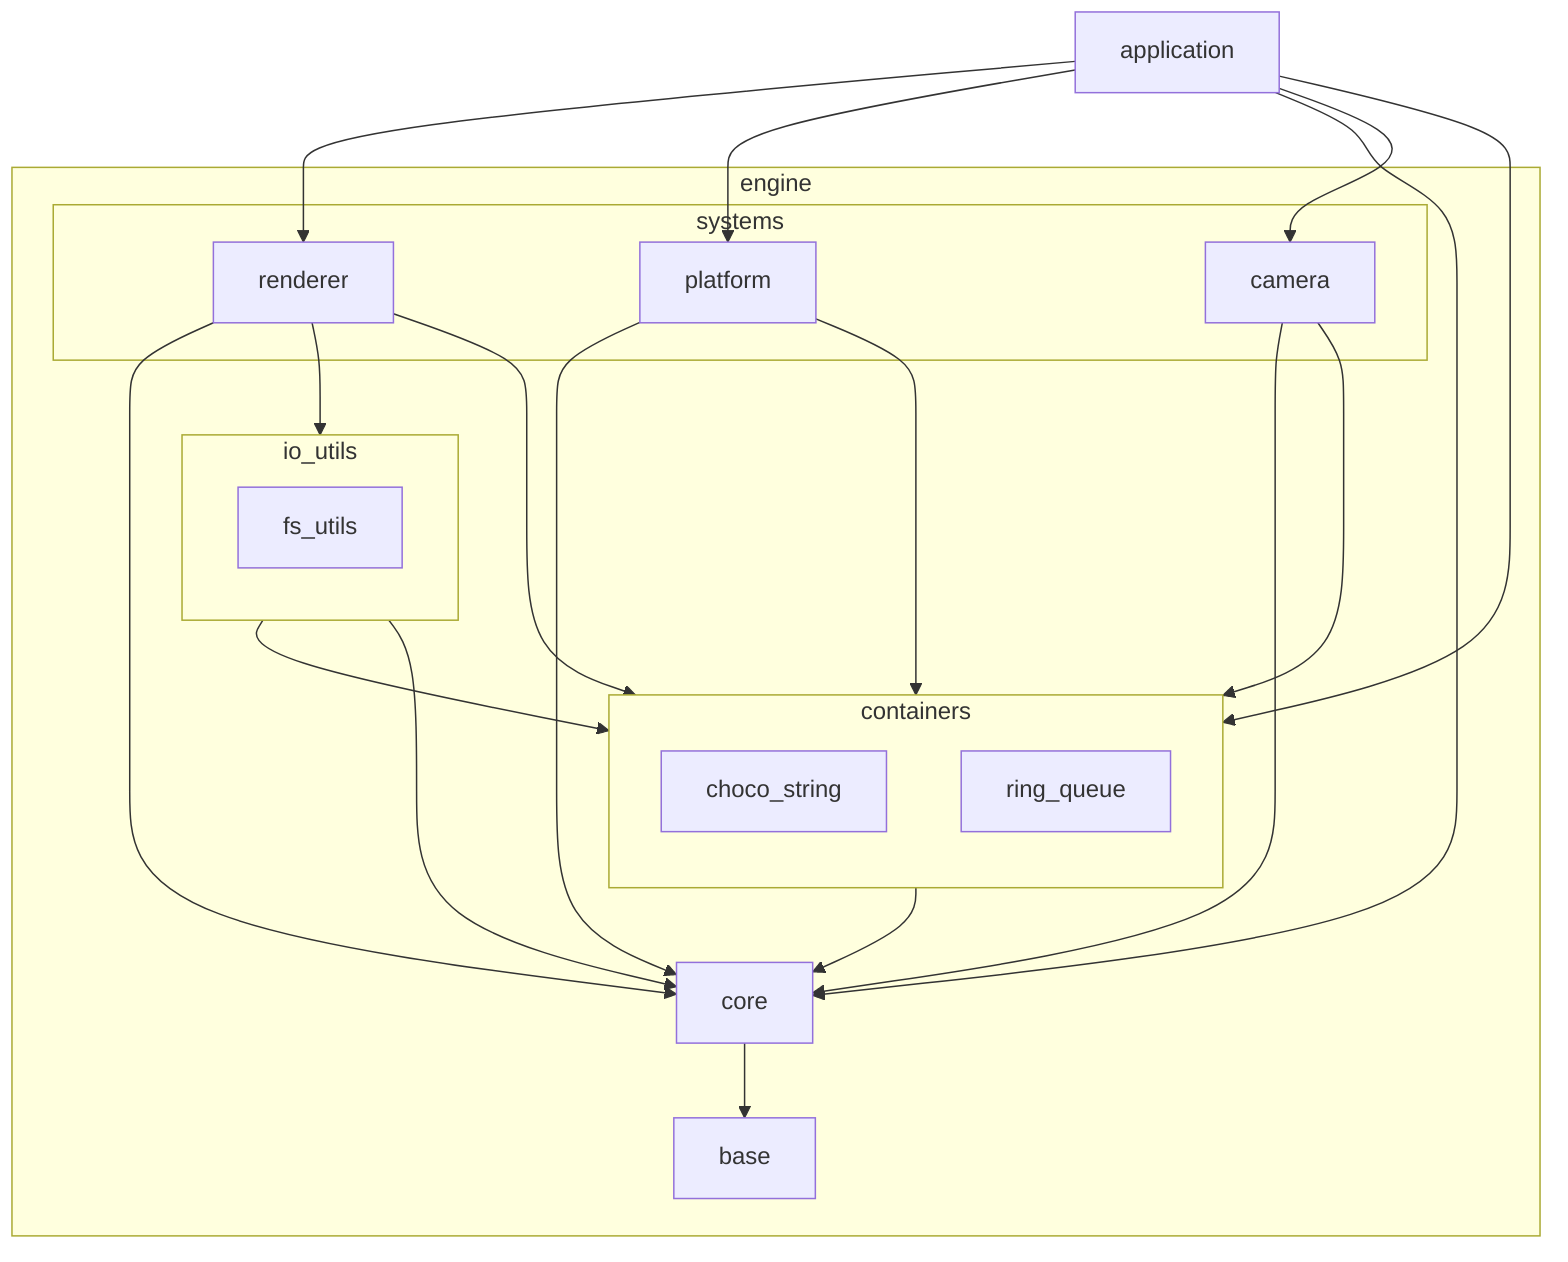
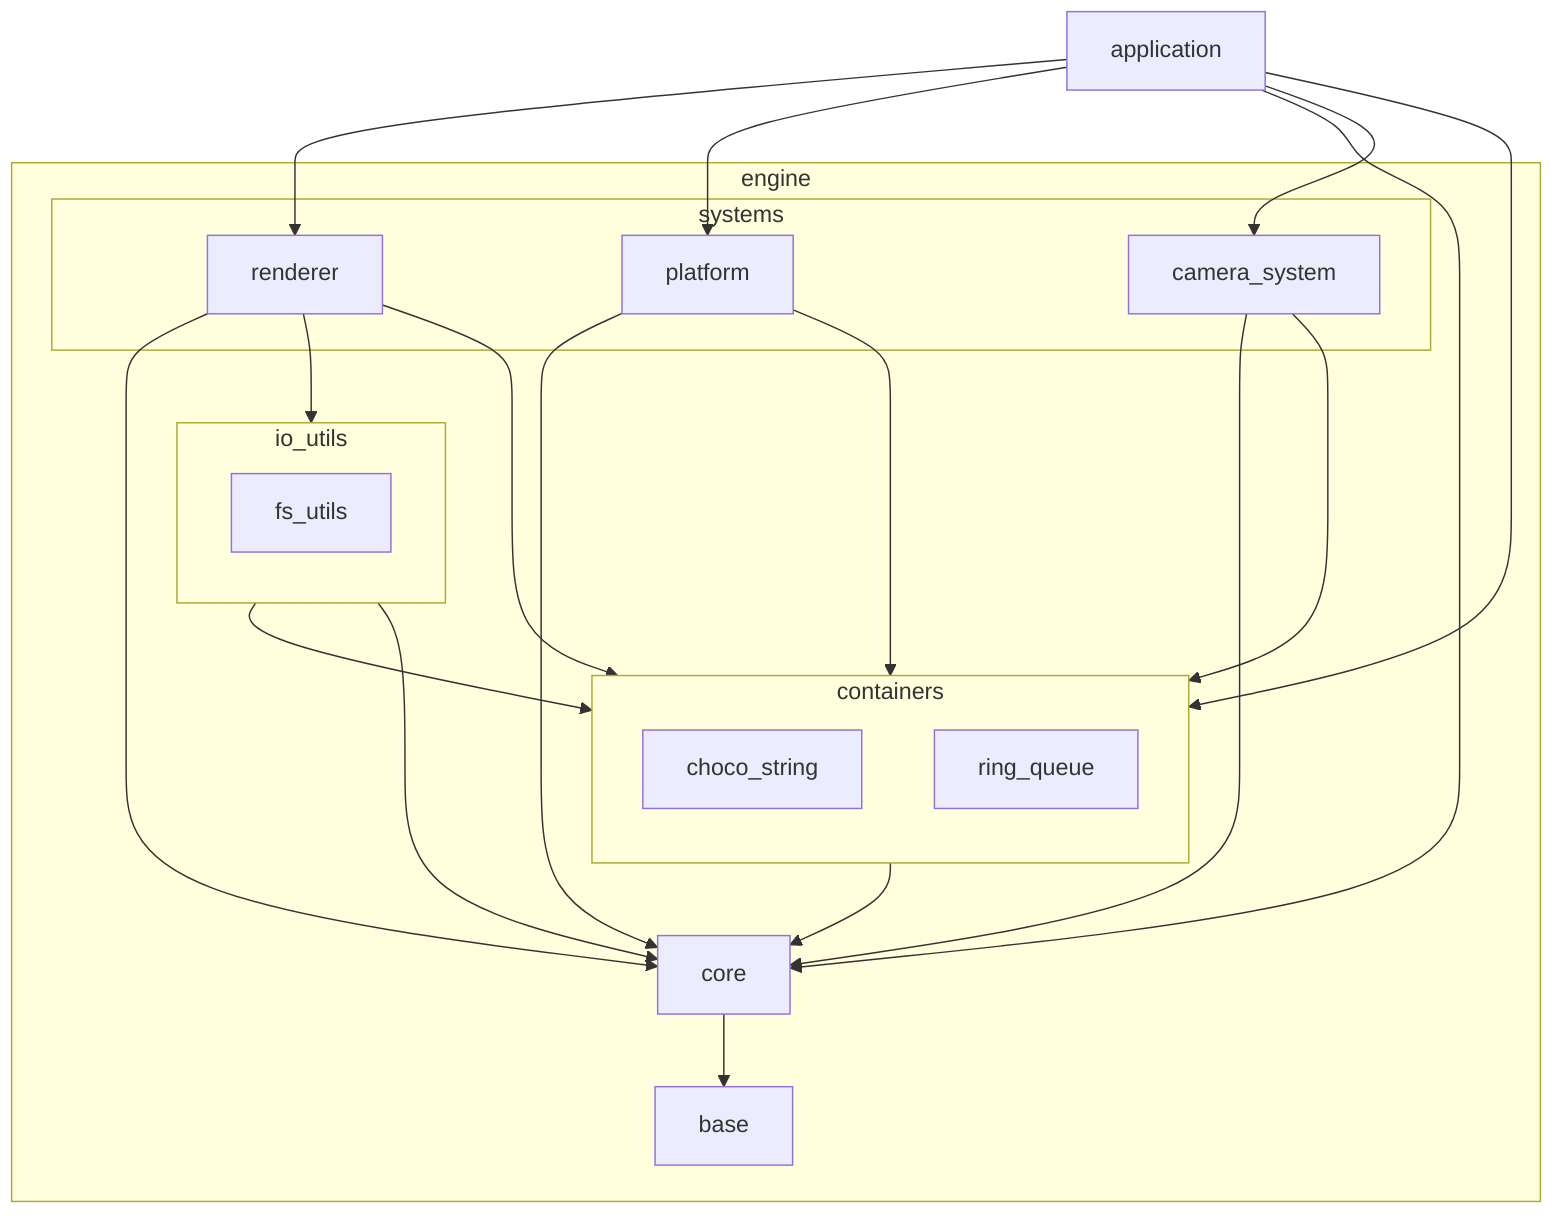
graph TD
  APPLICATION[application]

  subgraph ENGINE[engine]
    subgraph SYSTEMS[systems]
      PLATFORM[platform]
      RENDERER[renderer]
-       CAMERA[camera]
+       CAMERA_SYSTEM[camera_system]
    end

    subgraph IO_UTILS[io_utils]
      FS_UTILS[fs_utils]
    end

    subgraph CONTAINERS[containers]
      direction TB
      CHOCO_STRING[choco_string]
      RING_QUEUE[ring_queue]
    end

    CORE[core]
    BASE[base]
  end

  APPLICATION --> RENDERER
  APPLICATION --> PLATFORM
  APPLICATION --> CORE
  APPLICATION --> CONTAINERS
-   APPLICATION --> CAMERA
+   APPLICATION --> CAMERA_SYSTEM

  PLATFORM --> CONTAINERS
  PLATFORM --> CORE
  RENDERER --> CORE
  RENDERER --> IO_UTILS
  RENDERER --> CONTAINERS

-   CAMERA --> CORE
-   CAMERA --> CONTAINERS
+   CAMERA_SYSTEM --> CORE
+   CAMERA_SYSTEM --> CONTAINERS

  IO_UTILS --> CONTAINERS
  IO_UTILS --> CORE

  CONTAINERS --> CORE

  CORE --> BASE
